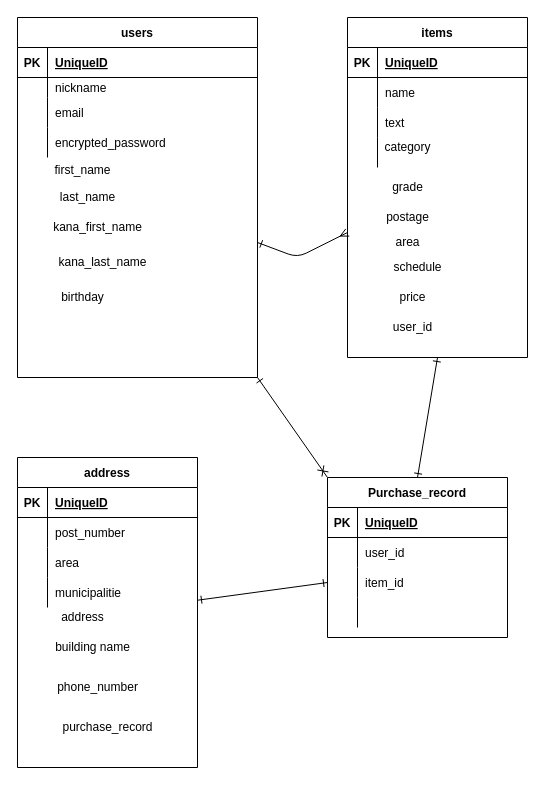
Above: db.dio in yuk1higa/furima-37338 (draw.io), before the change. Source tidied: cells renumbered, new cells numbered last; positions are measured from the earlier drawing's top-left corner, leaving out a move shared by most shapes. Both pictures are drawn from the tidied source at 100%, with x=0, y=0 at pixel (17, 17).
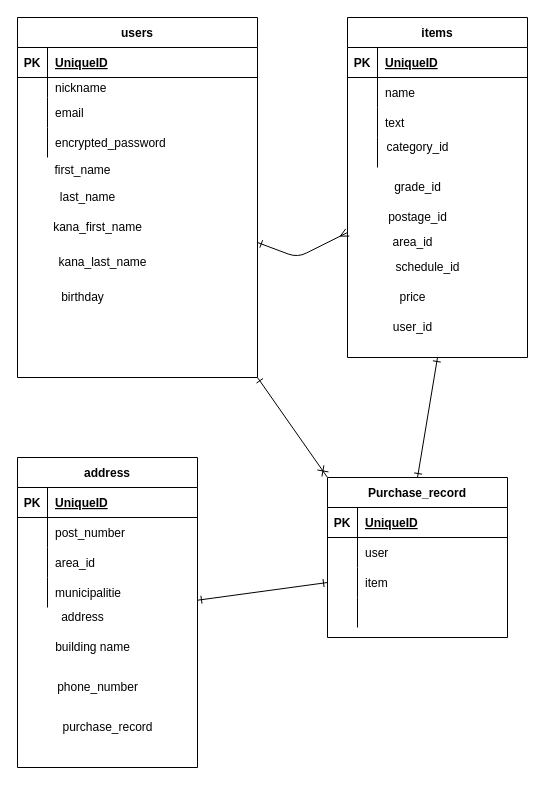
The same page after the edit.

Commit message (it also covers changes not shown here):
ER図とREADMEの修正#4

Unchanged cells that the change refers to:
```xml
<mxCell id="42" style="shape=partialRectangle;fillColor=none;top=0;left=0;bottom=0;right=0;" parent="35" vertex="1">
  <mxGeometry y="90" width="180" height="30" as="geometry" />
</mxCell>
<mxCell id="52" style="shape=partialRectangle;fillColor=none;top=0;left=0;bottom=0;right=0;" parent="48" vertex="1">
  <mxGeometry y="60" width="180" height="30" as="geometry" />
</mxCell>
<mxCell id="55" style="shape=partialRectangle;fillColor=none;top=0;left=0;bottom=0;right=0;points=[[0,0.5],[1,0.5]];portConstraint=eastwest;" parent="48" vertex="1">
  <mxGeometry y="90" width="180" height="30" as="geometry" />
</mxCell>
```

The edit, as a diff of the source:
```diff
@@
-    <mxCell id="31" value="category" style="text;html=1;align=center;verticalAlign=middle;strokeColor=none;fillColor=none;" parent="1" vertex="1">
-      <mxGeometry x="360" y="120" width="60" height="20" as="geometry" />
+    <mxCell id="31" value="category_id" style="text;html=1;align=center;verticalAlign=middle;strokeColor=none;fillColor=none;" parent="1" vertex="1">
+      <mxGeometry x="360" y="120" width="80" height="20" as="geometry" />
     </mxCell>
@@
-    <mxCell id="44" value="area" style="shape=partialRectangle;fillColor=none;top=0;left=0;bottom=0;right=0;align=left;spacingLeft=6;overflow=hidden;" parent="42" vertex="1">
+    <mxCell id="44" value="area_id" style="shape=partialRectangle;fillColor=none;top=0;left=0;bottom=0;right=0;align=left;spacingLeft=6;overflow=hidden;" parent="42" vertex="1">
       <mxGeometry x="30" width="150" height="30" as="geometry" />
     </mxCell>
@@
-    <mxCell id="54" value="user_id" style="shape=partialRectangle;fillColor=none;top=0;left=0;bottom=0;right=0;align=left;spacingLeft=6;overflow=hidden;" parent="52" vertex="1">
+    <mxCell id="54" value="user" style="shape=partialRectangle;fillColor=none;top=0;left=0;bottom=0;right=0;align=left;spacingLeft=6;overflow=hidden;" parent="52" vertex="1">
       <mxGeometry x="30" width="150" height="30" as="geometry" />
     </mxCell>
@@
-    <mxCell id="57" value="item_id" style="shape=partialRectangle;fillColor=none;top=0;left=0;bottom=0;right=0;align=left;spacingLeft=6;overflow=hidden;" parent="55" vertex="1">
+    <mxCell id="57" value="item" style="shape=partialRectangle;fillColor=none;top=0;left=0;bottom=0;right=0;align=left;spacingLeft=6;overflow=hidden;" parent="55" vertex="1">
       <mxGeometry x="30" width="150" height="30" as="geometry" />
     </mxCell>
@@
-    <mxCell id="61" value="grade" style="text;html=1;align=center;verticalAlign=middle;strokeColor=none;fillColor=none;" parent="1" vertex="1">
-      <mxGeometry x="365" y="160" width="50" height="20" as="geometry" />
+    <mxCell id="61" value="grade_id" style="text;html=1;align=center;verticalAlign=middle;strokeColor=none;fillColor=none;" parent="1" vertex="1">
+      <mxGeometry x="370" y="160" width="60" height="20" as="geometry" />
     </mxCell>
-    <mxCell id="62" value="area" style="text;html=1;align=center;verticalAlign=middle;strokeColor=none;fillColor=none;" parent="1" vertex="1">
-      <mxGeometry x="370" y="215" width="40" height="20" as="geometry" />
+    <mxCell id="62" value="area_id" style="text;html=1;align=center;verticalAlign=middle;strokeColor=none;fillColor=none;" parent="1" vertex="1">
+      <mxGeometry x="365" y="215" width="60" height="20" as="geometry" />
     </mxCell>
-    <mxCell id="63" value="schedule" style="text;html=1;align=center;verticalAlign=middle;strokeColor=none;fillColor=none;" parent="1" vertex="1">
-      <mxGeometry x="370" y="240" width="60" height="20" as="geometry" />
+    <mxCell id="63" value="schedule_id" style="text;html=1;align=center;verticalAlign=middle;strokeColor=none;fillColor=none;" parent="1" vertex="1">
+      <mxGeometry x="370" y="240" width="80" height="20" as="geometry" />
     </mxCell>
@@
-    <mxCell id="71" value="postage" style="text;html=1;align=center;verticalAlign=middle;strokeColor=none;fillColor=none;" parent="1" vertex="1">
-      <mxGeometry x="360" y="190" width="60" height="20" as="geometry" />
+    <mxCell id="71" value="postage_id" style="text;html=1;align=center;verticalAlign=middle;strokeColor=none;fillColor=none;" parent="1" vertex="1">
+      <mxGeometry x="365" y="190" width="70" height="20" as="geometry" />
     </mxCell>
```
